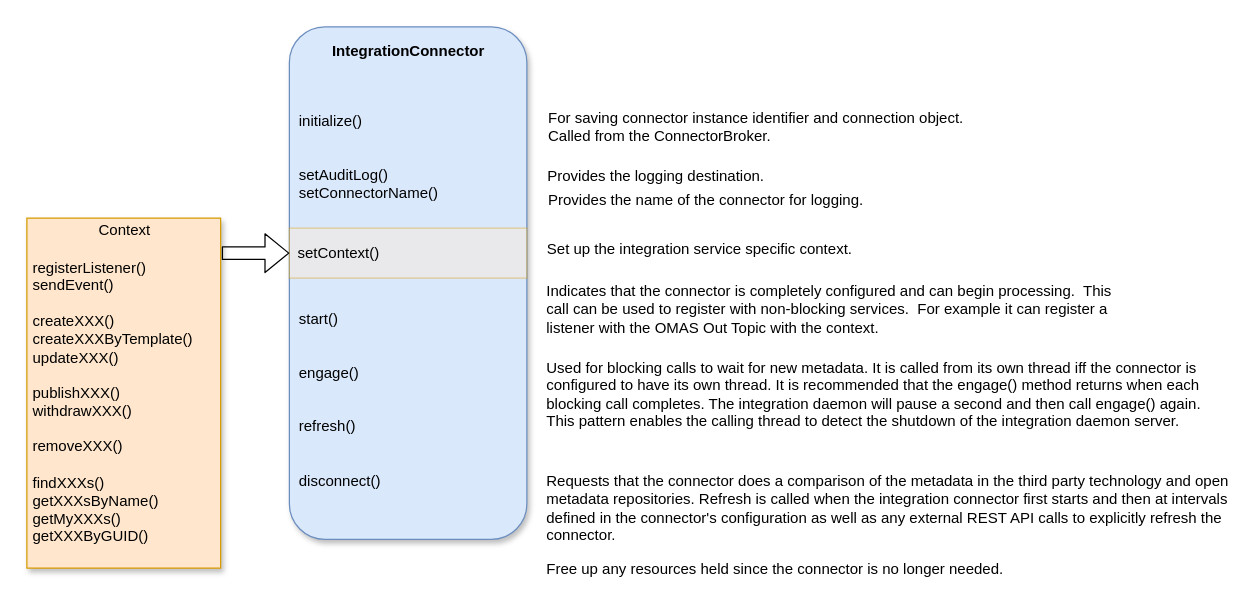
odpi/egeria-docs keeps this draw.io diagram as page "integration-connector" (1 of 4) of site/docs/guides/developer/integration-connectors/integration-connector.drawio. Above is the earlier version. Source tidied: cells renumbered, new cells numbered last; positions are measured from the earlier drawing's top-left corner, leaving out a move shared by most shapes. Both pictures are drawn from the tidied source at 125%, with x=0, y=0 at pixel (26, 26).
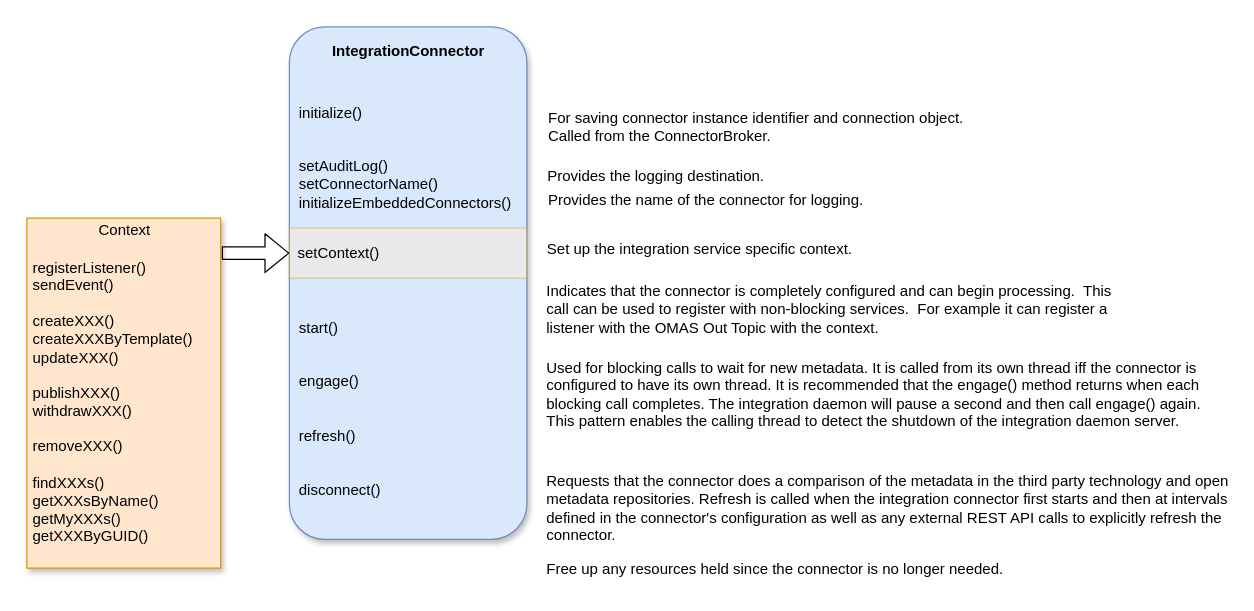
The same page after the edit.

Commit message (it also covers changes not shown here):
More writing integration connectors

Change to the diagram source:
```diff
@@
 <mxGraphModel>
   <root>
     <mxCell id="0" />
     <mxCell id="1" parent="0" />
-    <mxCell id="2" value="&lt;br&gt;&lt;br&gt;initialize()&lt;br&gt;&lt;br&gt;&lt;br&gt;setAuditLog()&lt;br&gt;setConnectorName()&lt;br&gt;&lt;br&gt;&lt;br&gt;&lt;br&gt;&lt;br&gt;&lt;br&gt;&lt;br&gt;start()&lt;br&gt;&lt;br&gt;&lt;br&gt;engage()&lt;br&gt;&lt;br&gt;&lt;br&gt;refresh()&lt;br&gt;&lt;br&gt;&lt;br&gt;disconnect()" style="rounded=1;whiteSpace=wrap;html=1;align=left;perimeterSpacing=0;spacingLeft=6;fillColor=#dae8fc;strokeColor=#6c8ebf;shadow=1;" parent="1" vertex="1">
+    <mxCell id="2" value="&lt;br&gt;&lt;br&gt;initialize()&lt;br&gt;&lt;br&gt;&lt;br&gt;setAuditLog()&lt;br&gt;setConnectorName()&lt;br&gt;initializeEmbeddedConnectors()&lt;br&gt;&lt;br&gt;&lt;br&gt;&lt;br&gt;&lt;br&gt;&lt;br&gt;&lt;br&gt;start()&lt;br&gt;&lt;br&gt;&lt;br&gt;engage()&lt;br&gt;&lt;br&gt;&lt;br&gt;refresh()&lt;br&gt;&lt;br&gt;&lt;br&gt;disconnect()" style="rounded=1;whiteSpace=wrap;html=1;align=left;perimeterSpacing=0;spacingLeft=6;fillColor=#dae8fc;strokeColor=#6c8ebf;shadow=1;" parent="1" vertex="1">
       <mxGeometry x="210" width="190" height="410" as="geometry" />
     </mxCell>
     <mxCell id="3" value="&lt;b&gt;IntegrationConnector&lt;/b&gt;" style="text;html=1;align=center;verticalAlign=middle;" parent="1" vertex="1">
       <mxGeometry x="235" y="10" width="140" height="20" as="geometry" />
     </mxCell>
     <mxCell id="4" value="Indicates that the connector is completely configured and can begin processing.&amp;nbsp; This call can be used to register with non-blocking services.&amp;nbsp; For example it can register a listener with the OMAS Out Topic with the context." style="text;whiteSpace=wrap;html=1;" parent="1" vertex="1">
       <mxGeometry x="414" y="198" width="470" height="40" as="geometry" />
     </mxCell>
     <mxCell id="5" value="For saving connector instance identifier and connection object.&lt;br&gt;&lt;div style=&quot;text-align: left&quot;&gt;&lt;span&gt;Called from the ConnectorBroker.&lt;/span&gt;&lt;/div&gt;" style="text;html=1;align=center;verticalAlign=middle;" parent="1" vertex="1">
       <mxGeometry x="408" y="65" width="350" height="30" as="geometry" />
     </mxCell>
     <mxCell id="6" value="Provides the logging destination." style="text;html=1;align=center;verticalAlign=middle;" parent="1" vertex="1">
       <mxGeometry x="408" y="110" width="190" height="20" as="geometry" />
     </mxCell>
     <mxCell id="7" value="Provides the name of the connector for logging." style="text;html=1;align=center;verticalAlign=middle;" parent="1" vertex="1">
       <mxGeometry x="408" y="129" width="270" height="20" as="geometry" />
     </mxCell>
     <mxCell id="8" value="Used for blocking calls to wait for new metadata.  It is called from its own thread iff the connector is configured to have its own thread.  It is recommended that the engage() method returns when each blocking call completes.  The integration daemon will pause a second and then call engage() again.  This pattern enables the calling thread to detect the shutdown of the integration daemon server." style="text;whiteSpace=wrap;html=1;" parent="1" vertex="1">
       <mxGeometry x="414" y="259" width="550" height="70" as="geometry" />
     </mxCell>
     <mxCell id="9" value="Free up any resources held since the connector is no longer needed." style="text;whiteSpace=wrap;html=1;" parent="1" vertex="1">
       <mxGeometry x="414" y="420" width="400" height="30" as="geometry" />
     </mxCell>
     <mxCell id="10" value="Requests that the connector does a comparison of the metadata in the third party technology and open metadata repositories. Refresh is called when the integration connector first starts and then at intervals defined in the connector's configuration as well as any external REST API calls to explicitly refresh the connector." style="text;whiteSpace=wrap;html=1;" parent="1" vertex="1">
       <mxGeometry x="414" y="350" width="550" height="70" as="geometry" />
     </mxCell>
     <mxCell id="11" value="Set up the integration service specific context." style="text;html=1;align=center;verticalAlign=middle;" parent="1" vertex="1">
       <mxGeometry x="408" y="168" width="260" height="20" as="geometry" />
     </mxCell>
     <mxCell id="12" value="setContext()" style="rounded=0;whiteSpace=wrap;html=1;fillColor=#ffe6cc;strokeColor=#d79b00;opacity=40;align=left;spacingLeft=5;" parent="1" vertex="1">
       <mxGeometry x="210" y="161" width="190" height="40" as="geometry" />
     </mxCell>
     <mxCell id="13" value="&lt;br&gt;registerListener()&lt;br&gt;sendEvent()&lt;br&gt;&lt;br&gt;createXXX()&lt;br&gt;createXXXByTemplate()&lt;br&gt;updateXXX()&lt;br&gt;&lt;br&gt;publishXXX()&lt;br&gt;withdrawXXX()&lt;br&gt;&lt;br&gt;removeXXX()&lt;br&gt;&lt;br&gt;findXXXs()&lt;br&gt;getXXXsByName()&lt;br&gt;getMyXXXs()&lt;br&gt;getXXXByGUID()" style="whiteSpace=wrap;html=1;align=left;fillColor=#ffe6cc;strokeColor=#d79b00;spacingLeft=3;shadow=1;" parent="1" vertex="1">
       <mxGeometry y="153" width="155" height="280" as="geometry" />
     </mxCell>
     <mxCell id="14" value="Context" style="text;html=1;align=center;verticalAlign=middle;" parent="1" vertex="1">
       <mxGeometry x="47.5" y="153" width="60" height="20" as="geometry" />
     </mxCell>
     <mxCell id="15" style="shape=flexArrow;endArrow=classic;html=1;exitX=1.006;exitY=0.1;exitDx=0;exitDy=0;exitPerimeter=0;entryX=0;entryY=0.5;entryDx=0;entryDy=0;" parent="1" edge="1" source="13" target="12">
       <mxGeometry relative="1" as="geometry" />
     </mxCell>
   </root>
 </mxGraphModel>
```
